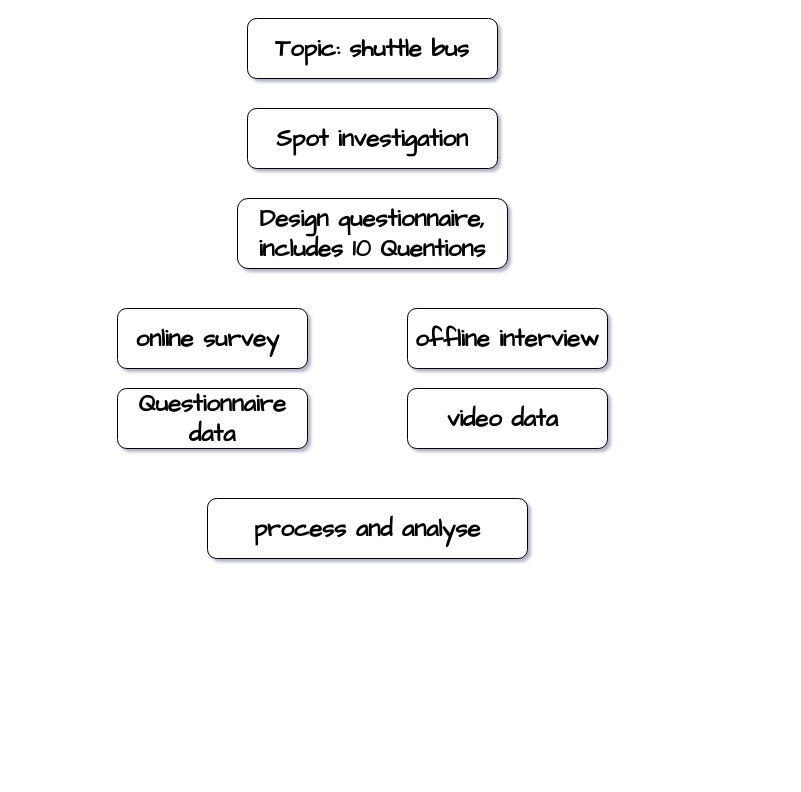
Glimmser/test keeps this draw.io diagram as English A.drawio. Above is the earlier version. Source tidied: cells renumbered, new cells numbered last; positions are measured from the earlier drawing's top-left corner, leaving out a move shared by most shapes. Both pictures are drawn from the tidied source at 100%, with x=0, y=0 at pixel (117, 18).
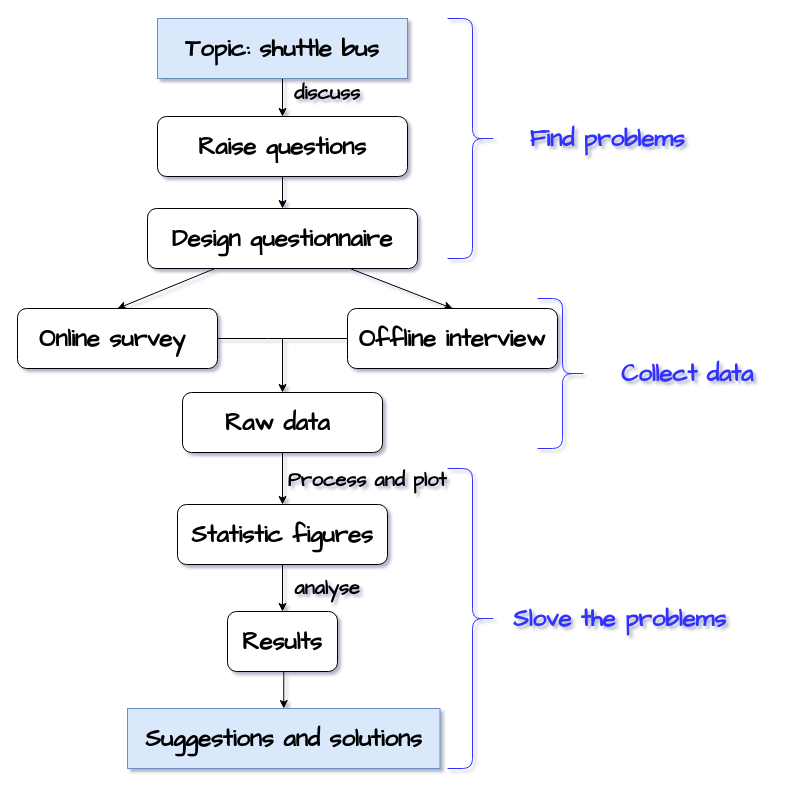
The same page after the edit.

What changed in the source:
```diff
@@
+    <mxCell id="10" style="edgeStyle=orthogonalEdgeStyle;rounded=0;jettySize=auto;html=1;exitX=0.5;exitY=1;exitDx=0;exitDy=0;entryX=0.5;entryY=0;entryDx=0;entryDy=0;" parent="1" edge="1" source="2" target="3">
+      <mxGeometry relative="1" as="geometry" />
+    </mxCell>
-    <mxCell id="2" value="&lt;h1&gt;&lt;font face=&quot;Comic Sans MS&quot; size=&quot;1&quot;&gt;&lt;b style=&quot;background-color: rgb(255 , 255 , 255) ; font-size: 24px&quot;&gt;Topic: shuttle bus&lt;/b&gt;&lt;/font&gt;&lt;/h1&gt;" style="rounded=1;whiteSpace=wrap;html=1;shadow=0;glass=0;sketch=0;" parent="1" vertex="1">
-      <mxGeometry x="130" width="250" height="60" as="geometry" />
+    <mxCell id="2" value="&lt;h1&gt;&lt;font face=&quot;Comic Sans MS&quot; size=&quot;1&quot;&gt;&lt;b style=&quot;font-size: 24px&quot;&gt;Topic: shuttle bus&lt;/b&gt;&lt;/font&gt;&lt;/h1&gt;" style="rounded=0;whiteSpace=wrap;html=1;shadow=0;glass=0;sketch=0;fillColor=#dae8fc;strokeColor=#6c8ebf;" parent="1" vertex="1">
+      <mxGeometry x="40" width="250" height="60" as="geometry" />
     </mxCell>
+    <mxCell id="11" style="edgeStyle=orthogonalEdgeStyle;rounded=0;jettySize=auto;html=1;exitX=0.5;exitY=1;exitDx=0;exitDy=0;entryX=0.5;entryY=0;entryDx=0;entryDy=0;" parent="1" edge="1" source="3" target="4">
+      <mxGeometry relative="1" as="geometry" />
+    </mxCell>
-    <mxCell id="3" value="&lt;h1&gt;&lt;font face=&quot;Comic Sans MS&quot;&gt;Spot investigation&lt;/font&gt;&lt;br&gt;&lt;/h1&gt;" style="rounded=1;whiteSpace=wrap;html=1;" parent="1" vertex="1">
-      <mxGeometry x="130" y="90" width="250" height="60" as="geometry" />
+    <mxCell id="3" value="&lt;h1&gt;&lt;font face=&quot;Comic Sans MS&quot;&gt;Raise questions&lt;/font&gt;&lt;br&gt;&lt;/h1&gt;" style="rounded=1;whiteSpace=wrap;html=1;" parent="1" vertex="1">
+      <mxGeometry x="40" y="98" width="250" height="60" as="geometry" />
     </mxCell>
+    <mxCell id="12" style="rounded=0;jettySize=auto;html=1;exitX=0.25;exitY=1;exitDx=0;exitDy=0;entryX=0.5;entryY=0;entryDx=0;entryDy=0;" parent="1" edge="1" source="4" target="5">
+      <mxGeometry relative="1" as="geometry" />
+    </mxCell>
+    <mxCell id="13" style="rounded=0;jettySize=auto;html=1;exitX=0.75;exitY=1;exitDx=0;exitDy=0;entryX=0.5;entryY=0;entryDx=0;entryDy=0;" parent="1" edge="1" source="4" target="6">
+      <mxGeometry relative="1" as="geometry" />
+    </mxCell>
-    <mxCell id="4" value="&lt;h1&gt;&lt;font face=&quot;Comic Sans MS&quot;&gt;Design questionnaire, includes 10 Quentions&lt;/font&gt;&lt;br&gt;&lt;/h1&gt;" style="rounded=1;whiteSpace=wrap;html=1;" parent="1" vertex="1">
-      <mxGeometry x="120" y="180" width="270" height="70" as="geometry" />
+    <mxCell id="4" value="&lt;h1&gt;&lt;font face=&quot;Comic Sans MS&quot;&gt;Design questionnaire&lt;/font&gt;&lt;br&gt;&lt;/h1&gt;" style="rounded=1;whiteSpace=wrap;html=1;" parent="1" vertex="1">
+      <mxGeometry x="30" y="190" width="270" height="60" as="geometry" />
     </mxCell>
+    <mxCell id="14" style="edgeStyle=orthogonalEdgeStyle;rounded=0;jettySize=auto;html=1;exitX=1;exitY=0.5;exitDx=0;exitDy=0;startArrow=none;startFill=0;endArrow=none;endFill=0;" parent="1" edge="1" source="5" target="6">
+      <mxGeometry relative="1" as="geometry">
+        <Array as="points">
+          <mxPoint x="150" y="320" />
+          <mxPoint x="150" y="320" />
+        </Array>
+      </mxGeometry>
+    </mxCell>
-    <mxCell id="5" value="&lt;h1&gt;&lt;font face=&quot;Comic Sans MS&quot;&gt;online survey&amp;nbsp;&lt;/font&gt;&lt;br&gt;&lt;/h1&gt;" style="rounded=1;whiteSpace=wrap;html=1;" parent="1" vertex="1">
-      <mxGeometry y="290" width="190" height="60" as="geometry" />
+    <mxCell id="5" value="&lt;h1&gt;&lt;font face=&quot;Comic Sans MS&quot;&gt;Online survey&amp;nbsp;&lt;/font&gt;&lt;br&gt;&lt;/h1&gt;" style="rounded=1;whiteSpace=wrap;html=1;" parent="1" vertex="1">
+      <mxGeometry x="-100" y="290" width="200" height="60" as="geometry" />
     </mxCell>
-    <mxCell id="6" value="&lt;h1&gt;&lt;font face=&quot;Comic Sans MS&quot;&gt;offline interview&lt;/font&gt;&lt;br&gt;&lt;/h1&gt;" style="rounded=1;whiteSpace=wrap;html=1;" parent="1" vertex="1">
-      <mxGeometry x="290" y="290" width="200" height="60" as="geometry" />
+    <mxCell id="6" value="&lt;h1&gt;&lt;font face=&quot;Comic Sans MS&quot;&gt;Offline interview&lt;/font&gt;&lt;br&gt;&lt;/h1&gt;" style="rounded=1;whiteSpace=wrap;html=1;" parent="1" vertex="1">
+      <mxGeometry x="230" y="290" width="210" height="60" as="geometry" />
     </mxCell>
-    <mxCell id="7" value="&lt;h1&gt;&lt;font face=&quot;Comic Sans MS&quot;&gt;Questionnaire data&lt;/font&gt;&lt;br&gt;&lt;/h1&gt;" style="rounded=1;whiteSpace=wrap;html=1;" parent="1" vertex="1">
-      <mxGeometry y="370" width="190" height="60" as="geometry" />
-    </mxCell>
+    <mxCell id="15" style="edgeStyle=orthogonalEdgeStyle;rounded=0;jettySize=auto;html=1;exitX=0.5;exitY=1;exitDx=0;exitDy=0;startArrow=none;startFill=0;" parent="1" edge="1" source="8" target="17">
+      <mxGeometry relative="1" as="geometry" />
+    </mxCell>
-    <mxCell id="8" value="&lt;h1&gt;&lt;font face=&quot;Comic Sans MS&quot;&gt;video data&amp;nbsp;&lt;/font&gt;&lt;br&gt;&lt;/h1&gt;" style="rounded=1;whiteSpace=wrap;html=1;" parent="1" vertex="1">
-      <mxGeometry x="290" y="370" width="200" height="60" as="geometry" />
+    <mxCell id="8" value="&lt;h1&gt;&lt;font face=&quot;Comic Sans MS&quot;&gt;Raw data&amp;nbsp;&lt;/font&gt;&lt;br&gt;&lt;/h1&gt;" style="rounded=1;whiteSpace=wrap;html=1;" parent="1" vertex="1">
+      <mxGeometry x="65" y="374" width="200" height="60" as="geometry" />
     </mxCell>
-    <mxCell id="9" value="&lt;h1&gt;&lt;font face=&quot;Comic Sans MS&quot;&gt;process and analyse&lt;/font&gt;&lt;br&gt;&lt;/h1&gt;" style="rounded=1;whiteSpace=wrap;html=1;" parent="1" vertex="1">
-      <mxGeometry x="90" y="480" width="320" height="60" as="geometry" />
+    <mxCell id="9" value="&lt;h1&gt;&lt;font face=&quot;Comic Sans MS&quot; style=&quot;font-size: 20px&quot;&gt;analyse&lt;/font&gt;&lt;br&gt;&lt;/h1&gt;" style="rounded=1;whiteSpace=wrap;html=1;strokeColor=none;fillColor=none;" parent="1" vertex="1">
+      <mxGeometry x="120" y="543" width="180" height="50" as="geometry" />
     </mxCell>
+    <mxCell id="16" style="edgeStyle=orthogonalEdgeStyle;rounded=0;jettySize=auto;html=1;exitX=0.5;exitY=1;exitDx=0;exitDy=0;entryX=0.5;entryY=0;entryDx=0;entryDy=0;startArrow=none;startFill=0;" parent="1" edge="1" source="17" target="19">
+      <mxGeometry relative="1" as="geometry" />
+    </mxCell>
+    <mxCell id="17" value="&lt;h1&gt;&lt;font face=&quot;Comic Sans MS&quot;&gt;Statistic figures&lt;/font&gt;&lt;br&gt;&lt;/h1&gt;" style="rounded=1;whiteSpace=wrap;html=1;" parent="1" vertex="1">
+      <mxGeometry x="60" y="486" width="210" height="60" as="geometry" />
+    </mxCell>
+    <mxCell id="18" style="edgeStyle=orthogonalEdgeStyle;rounded=0;jettySize=auto;html=1;exitX=0.5;exitY=1;exitDx=0;exitDy=0;entryX=0.5;entryY=0;entryDx=0;entryDy=0;startArrow=none;startFill=0;" parent="1" edge="1" source="19" target="20">
+      <mxGeometry relative="1" as="geometry" />
+    </mxCell>
+    <mxCell id="19" value="&lt;h1&gt;&lt;font face=&quot;Comic Sans MS&quot;&gt;Results&lt;/font&gt;&lt;br&gt;&lt;/h1&gt;" style="rounded=1;whiteSpace=wrap;html=1;" parent="1" vertex="1">
+      <mxGeometry x="110" y="593" width="110" height="60" as="geometry" />
+    </mxCell>
+    <mxCell id="20" value="&lt;h1&gt;&lt;font face=&quot;Comic Sans MS&quot;&gt;Suggestions and solutions&lt;/font&gt;&lt;/h1&gt;" style="rounded=0;whiteSpace=wrap;html=1;fillColor=#dae8fc;strokeColor=#6c8ebf;" parent="1" vertex="1">
+      <mxGeometry x="10" y="690" width="312.5" height="60" as="geometry" />
+    </mxCell>
+    <mxCell id="21" value="&lt;h1&gt;&lt;font face=&quot;Comic Sans MS&quot; style=&quot;font-size: 20px&quot;&gt;Process and plot&lt;/font&gt;&lt;br&gt;&lt;/h1&gt;" style="rounded=1;whiteSpace=wrap;html=1;strokeColor=none;fillColor=none;" parent="1" vertex="1">
+      <mxGeometry x="160" y="435" width="180" height="50" as="geometry" />
+    </mxCell>
+    <mxCell id="22" style="endArrow=classic;html=1;entryX=0.5;entryY=0;entryDx=0;entryDy=0;" parent="1" edge="1" target="8">
+      <mxGeometry relative="1" as="geometry">
+        <mxPoint x="165" y="320" as="sourcePoint" />
+      </mxGeometry>
+    </mxCell>
+    <mxCell id="23" style="shape=curlyBracket;whiteSpace=wrap;html=1;rounded=1;shadow=0;glass=0;labelBackgroundColor=#CCFFE6;sketch=0;fillColor=none;gradientColor=none;fontColor=#FF3333;direction=west;strokeColor=#3333FF;" parent="1" vertex="1">
+      <mxGeometry x="330" width="50" height="240" as="geometry" />
+    </mxCell>
+    <mxCell id="24" value="&lt;h1 style=&quot;font-family: helvetica; font-style: normal; letter-spacing: normal; text-indent: 0px; text-transform: none; word-spacing: 0px;&quot;&gt;&lt;font face=&quot;Comic Sans MS&quot; style=&quot;font-size: 24px&quot;&gt;Find problems&lt;/font&gt;&lt;/h1&gt;" style="text;whiteSpace=wrap;html=1;labelBackgroundColor=none;fontStyle=1;fontColor=#3333FF;align=center;verticalAlign=middle;labelBorderColor=none;" parent="1" vertex="1">
+      <mxGeometry x="400" y="90" width="180" height="60" as="geometry" />
+    </mxCell>
+    <mxCell id="25" style="shape=curlyBracket;whiteSpace=wrap;html=1;rounded=1;shadow=0;glass=0;labelBackgroundColor=#CCFFE6;sketch=0;fillColor=none;gradientColor=none;fontColor=#FF3333;direction=west;strokeColor=#3333FF;" parent="1" vertex="1">
+      <mxGeometry x="420" y="280" width="50" height="150" as="geometry" />
+    </mxCell>
+    <mxCell id="26" value="&lt;h1 style=&quot;font-family: &amp;#34;helvetica&amp;#34; ; font-style: normal ; letter-spacing: normal ; text-indent: 0px ; text-transform: none ; word-spacing: 0px&quot;&gt;&lt;font face=&quot;Comic Sans MS&quot; style=&quot;font-size: 24px&quot;&gt;Collect data&lt;/font&gt;&lt;/h1&gt;" style="text;whiteSpace=wrap;html=1;labelBackgroundColor=none;fontStyle=1;fontColor=#3333FF;align=center;verticalAlign=middle;labelBorderColor=none;" parent="1" vertex="1">
+      <mxGeometry x="480" y="325" width="180" height="60" as="geometry" />
+    </mxCell>
+    <mxCell id="27" style="shape=curlyBracket;whiteSpace=wrap;html=1;rounded=1;shadow=0;glass=0;labelBackgroundColor=#CCFFE6;sketch=0;fillColor=none;gradientColor=none;fontColor=#FF3333;direction=west;strokeColor=#3333FF;" parent="1" vertex="1">
+      <mxGeometry x="330" y="450" width="50" height="300" as="geometry" />
+    </mxCell>
+    <mxCell id="28" value="&lt;h1 style=&quot;font-family: &amp;#34;helvetica&amp;#34; ; font-style: normal ; letter-spacing: normal ; text-indent: 0px ; text-transform: none ; word-spacing: 0px&quot;&gt;&lt;font face=&quot;Comic Sans MS&quot; style=&quot;font-size: 24px&quot;&gt;Slove the problems&lt;/font&gt;&lt;/h1&gt;" style="text;whiteSpace=wrap;html=1;labelBackgroundColor=none;fontStyle=1;fontColor=#3333FF;align=center;verticalAlign=middle;labelBorderColor=none;" parent="1" vertex="1">
+      <mxGeometry x="370" y="570" width="265" height="60" as="geometry" />
+    </mxCell>
+    <mxCell id="29" value="&lt;h1&gt;&lt;font face=&quot;Comic Sans MS&quot; style=&quot;font-size: 20px&quot;&gt;discuss&lt;/font&gt;&lt;br&gt;&lt;/h1&gt;" style="rounded=1;whiteSpace=wrap;html=1;strokeColor=none;fillColor=none;" parent="1" vertex="1">
+      <mxGeometry x="120" y="48" width="180" height="50" as="geometry" />
+    </mxCell>
```
